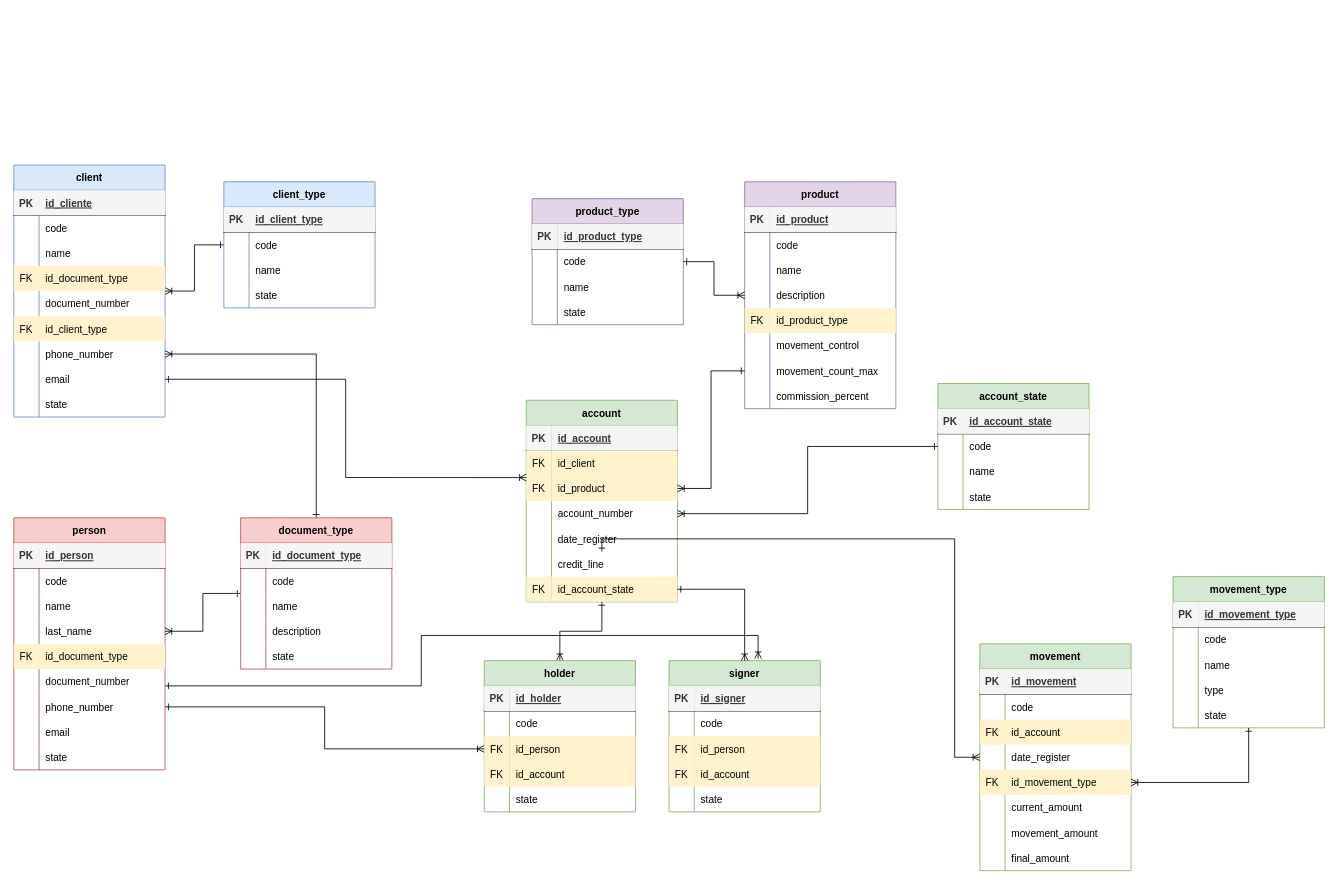
Jhovny/bootcamp-project-documents keeps this draw.io diagram as Modelo Base de Datos/db-bank.drawio. Above is the earlier version. Source tidied: cells renumbered, new cells numbered last; positions are measured from the earlier drawing's top-left corner, leaving out a move shared by most shapes. Both pictures are drawn from the tidied source at 84%, with x=0, y=0 at pixel (13, 165).
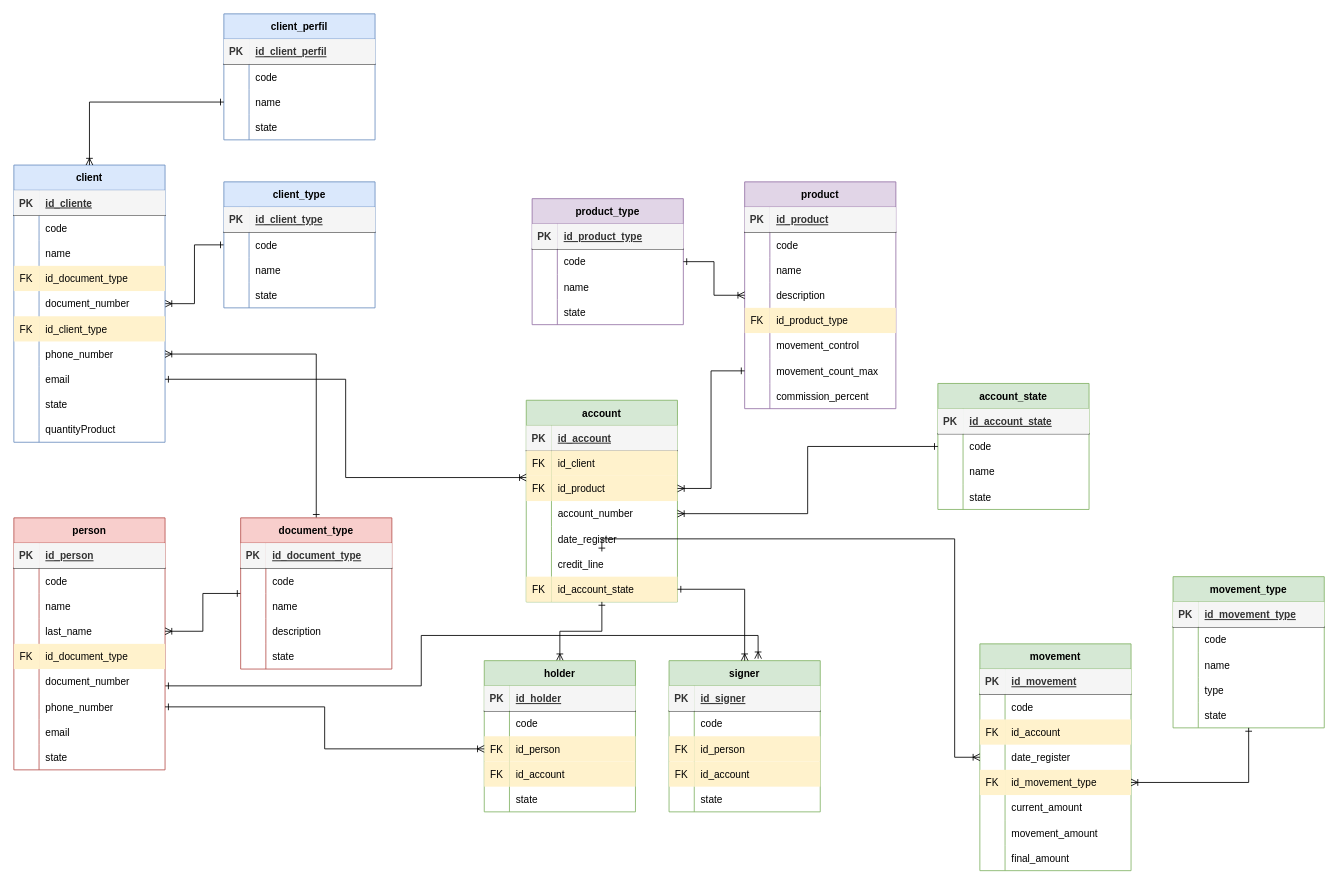
After the change.

Commit message (it also covers changes not shown here):
Cambios post exposicion

Diff of the diagram source:
```diff
@@
     <mxCell id="3" value="client" style="shape=table;startSize=30;childLayout=tableLayout;rowLines=0;fontStyle=1;align=center;fillColor=#dae8fc;strokeColor=#6c8ebf;" parent="1" vertex="1">
-      <mxGeometry width="180" height="300" as="geometry" />
+      <mxGeometry width="180" height="330" as="geometry" />
     </mxCell>
@@
+    <mxCell id="246" style="shape=tableRow;horizontal=0;startSize=0;swimlaneHead=0;swimlaneBody=0;fillColor=none;top=0;left=0;right=0;bottom=0;" parent="3" vertex="1">
+      <mxGeometry y="300" width="180" height="30" as="geometry" />
+    </mxCell>
+    <mxCell id="247" style="shape=partialRectangle;fillColor=none;top=0;left=0;bottom=0;right=0;overflow=hidden;" parent="246" vertex="1">
+      <mxGeometry width="30" height="30" as="geometry" />
+    </mxCell>
+    <mxCell id="248" value="quantityProduct" style="shape=partialRectangle;fillColor=none;top=0;left=0;bottom=0;right=0;align=left;spacingLeft=6;overflow=hidden;" parent="246" vertex="1">
+      <mxGeometry x="30" width="150" height="30" as="geometry" />
+    </mxCell>
@@
+    <mxCell id="249" value="client_perfil" style="shape=table;startSize=30;childLayout=tableLayout;rowLines=0;fontStyle=1;align=center;fillColor=#dae8fc;strokeColor=#6c8ebf;" parent="1" vertex="1">
+      <mxGeometry x="250" y="-180" width="180" height="150" as="geometry" />
+    </mxCell>
+    <mxCell id="250" style="shape=tableRow;horizontal=0;startSize=0;swimlaneHead=0;swimlaneBody=0;fillColor=none;top=0;left=0;right=0;bottom=1;" parent="249" vertex="1">
+      <mxGeometry y="30" width="180" height="30" as="geometry" />
+    </mxCell>
+    <mxCell id="251" value="PK" style="shape=partialRectangle;fillColor=#f5f5f5;top=0;left=0;bottom=0;right=0;fontStyle=1;overflow=hidden;fontColor=#333333;strokeColor=#666666;" parent="250" vertex="1">
+      <mxGeometry width="30" height="30" as="geometry" />
+    </mxCell>
+    <mxCell id="252" value="id_client_perfil" style="shape=partialRectangle;fillColor=#f5f5f5;top=0;left=0;bottom=0;right=0;align=left;spacingLeft=6;fontStyle=5;overflow=hidden;fontColor=#333333;strokeColor=#666666;" parent="250" vertex="1">
+      <mxGeometry x="30" width="150" height="30" as="geometry" />
+    </mxCell>
+    <mxCell id="253" style="shape=tableRow;horizontal=0;startSize=0;swimlaneHead=0;swimlaneBody=0;fillColor=none;top=0;left=0;right=0;bottom=0;" parent="249" vertex="1">
+      <mxGeometry y="60" width="180" height="30" as="geometry" />
+    </mxCell>
+    <mxCell id="254" style="shape=partialRectangle;fillColor=none;top=0;left=0;bottom=0;right=0;overflow=hidden;" parent="253" vertex="1">
+      <mxGeometry width="30" height="30" as="geometry" />
+    </mxCell>
+    <mxCell id="255" value="code" style="shape=partialRectangle;fillColor=none;top=0;left=0;bottom=0;right=0;align=left;spacingLeft=6;overflow=hidden;" parent="253" vertex="1">
+      <mxGeometry x="30" width="150" height="30" as="geometry" />
+    </mxCell>
+    <mxCell id="256" style="shape=tableRow;horizontal=0;startSize=0;swimlaneHead=0;swimlaneBody=0;fillColor=none;points=[[0,0.5],[1,0.5]];portConstraint=eastwest;top=0;left=0;right=0;bottom=0;" parent="249" vertex="1">
+      <mxGeometry y="90" width="180" height="30" as="geometry" />
+    </mxCell>
+    <mxCell id="257" style="shape=partialRectangle;fillColor=none;top=0;left=0;bottom=0;right=0;overflow=hidden;" parent="256" vertex="1">
+      <mxGeometry width="30" height="30" as="geometry" />
+    </mxCell>
+    <mxCell id="258" value="name" style="shape=partialRectangle;fillColor=none;top=0;left=0;bottom=0;right=0;align=left;spacingLeft=6;overflow=hidden;" parent="256" vertex="1">
+      <mxGeometry x="30" width="150" height="30" as="geometry" />
+    </mxCell>
+    <mxCell id="259" style="shape=tableRow;horizontal=0;startSize=0;swimlaneHead=0;swimlaneBody=0;fillColor=none;top=0;left=0;right=0;bottom=0;" parent="249" vertex="1">
+      <mxGeometry y="120" width="180" height="30" as="geometry" />
+    </mxCell>
+    <mxCell id="260" style="shape=partialRectangle;fillColor=none;top=0;left=0;bottom=0;right=0;overflow=hidden;" parent="259" vertex="1">
+      <mxGeometry width="30" height="30" as="geometry" />
+    </mxCell>
+    <mxCell id="261" value="state" style="shape=partialRectangle;fillColor=none;top=0;left=0;bottom=0;right=0;align=left;spacingLeft=6;overflow=hidden;" parent="259" vertex="1">
+      <mxGeometry x="30" width="150" height="30" as="geometry" />
+    </mxCell>
+    <mxCell id="262" style="edgeStyle=orthogonalEdgeStyle;rounded=0;jettySize=auto;html=1;startArrow=ERoneToMany;startFill=0;endArrow=ERone;endFill=0;entryX=0;entryY=0.5;entryDx=0;entryDy=0;" parent="1" edge="1" source="3" target="256">
+      <mxGeometry relative="1" as="geometry" />
+    </mxCell>
```
